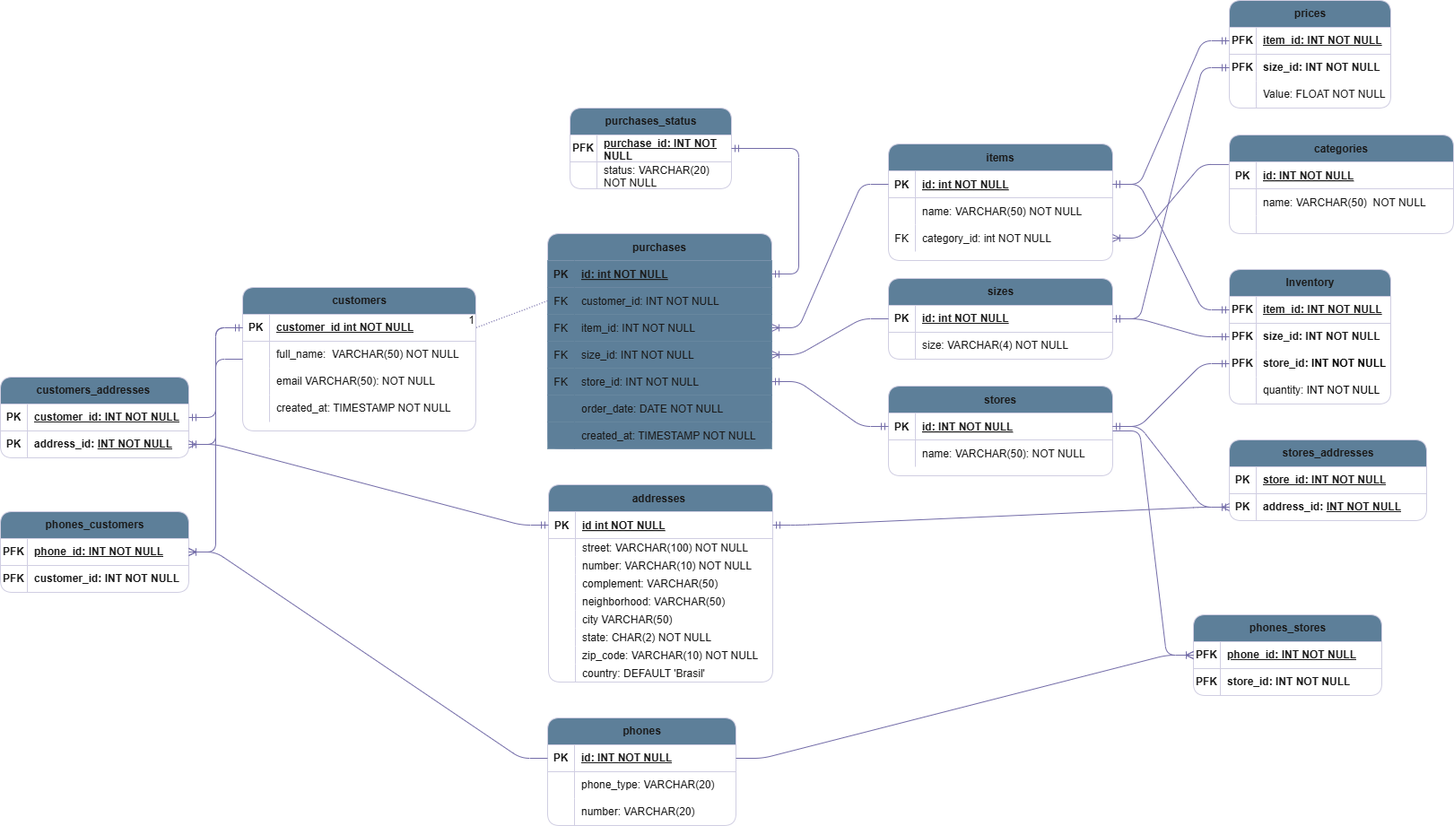
Earlier version of the draw.io export E_commerce_dbs-OLTP.png (ruancastro/e-commercy-database). Source tidied: cells renumbered, new cells last; positions are measured from the earlier drawing's top-left corner, leaving out a move shared by most shapes.
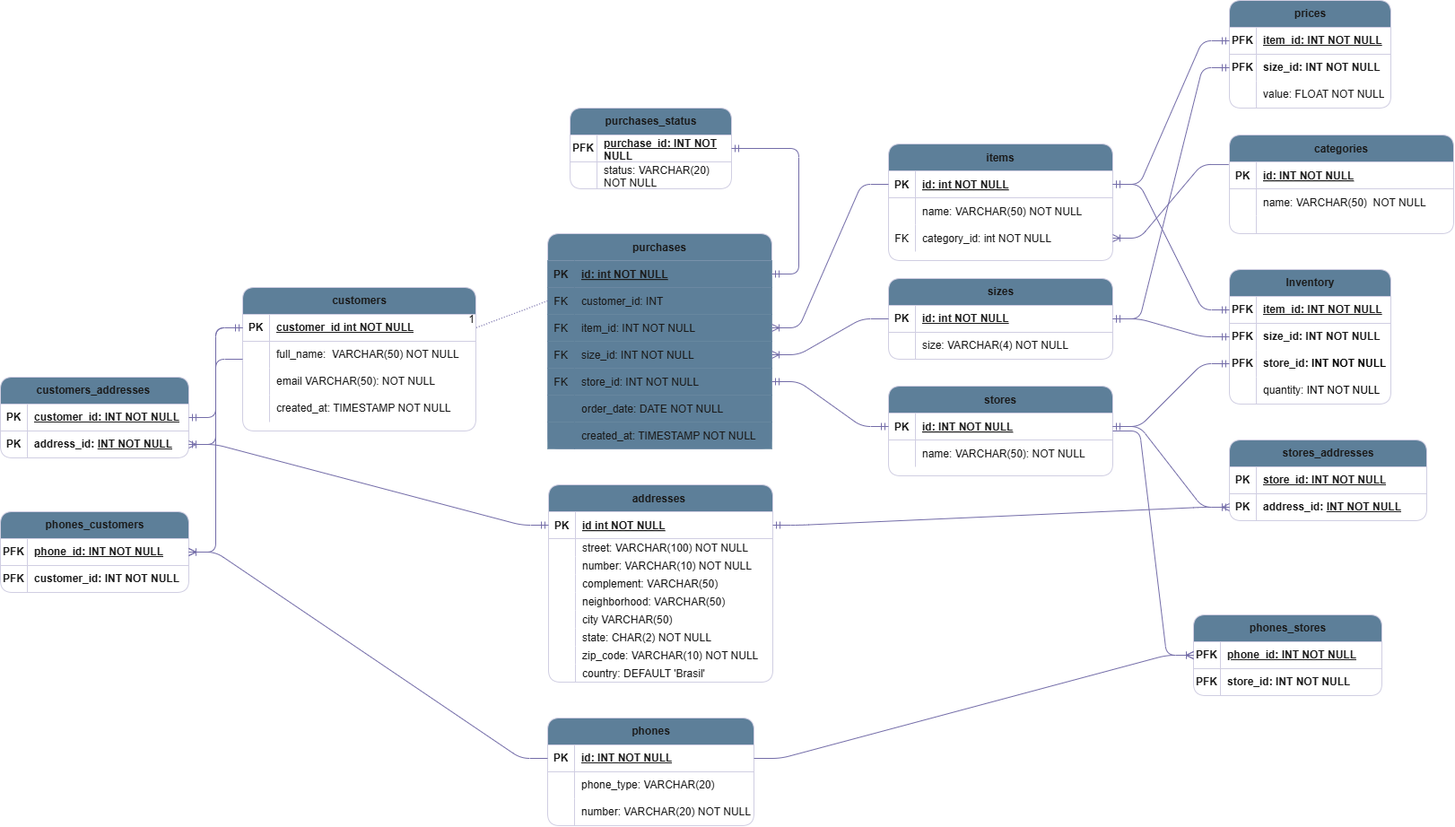
After the change.

Commit message:
phone to phones

What changed in the source:
```diff
@@ -41,7 +41,7 @@
     <mxCell id="14" value="FK" style="shape=partialRectangle;overflow=hidden;fillColor=#5D7F99;top=0;left=0;bottom=0;right=0;strokeColor=#D0CEE2;rounded=1;labelBackgroundColor=none;fontColor=#1A1A1A;" parent="13" vertex="1">
       <mxGeometry width="30" height="30" as="geometry" />
     </mxCell>
-    <mxCell id="15" value="customer_id: INT NOT NULL" style="shape=partialRectangle;overflow=hidden;fillColor=#5D7F99;top=0;left=0;bottom=0;right=0;align=left;spacingLeft=6;strokeColor=#D0CEE2;rounded=1;labelBackgroundColor=none;fontColor=#1A1A1A;" parent="13" vertex="1">
+    <mxCell id="15" value="customer_id: INT" style="shape=partialRectangle;overflow=hidden;fillColor=#5D7F99;top=0;left=0;bottom=0;right=0;align=left;spacingLeft=6;strokeColor=#D0CEE2;rounded=1;labelBackgroundColor=none;fontColor=#1A1A1A;" parent="13" vertex="1">
       <mxGeometry x="30" width="220" height="30" as="geometry" />
     </mxCell>
     <mxCell id="16" style="shape=partialRectangle;fillColor=#5D7F99;points=[[0,0.5],[1,0.5]];portConstraint=eastwest;top=0;left=0;right=0;bottom=0;strokeColor=#D0CEE2;rounded=1;labelBackgroundColor=none;fontColor=#1A1A1A;" parent="9" vertex="1">
@@ -383,7 +383,7 @@
     <mxCell id="128" style="shape=partialRectangle;fillColor=none;top=0;left=0;bottom=0;right=0;overflow=hidden;whiteSpace=wrap;html=1;rounded=1;labelBackgroundColor=none;strokeColor=#D0CEE2;fontColor=#1A1A1A;" parent="127" vertex="1">
       <mxGeometry width="30" height="30" as="geometry" />
     </mxCell>
-    <mxCell id="129" value="Value: FLOAT NOT NULL" style="shape=partialRectangle;fillColor=none;top=0;left=0;bottom=0;right=0;align=left;spacingLeft=6;overflow=hidden;whiteSpace=wrap;html=1;rounded=1;labelBackgroundColor=none;strokeColor=#D0CEE2;fontColor=#1A1A1A;" parent="127" vertex="1">
+    <mxCell id="129" value="value: FLOAT NOT NULL" style="shape=partialRectangle;fillColor=none;top=0;left=0;bottom=0;right=0;align=left;spacingLeft=6;overflow=hidden;whiteSpace=wrap;html=1;rounded=1;labelBackgroundColor=none;strokeColor=#D0CEE2;fontColor=#1A1A1A;" parent="127" vertex="1">
       <mxGeometry x="30" width="150" height="30" as="geometry" />
     </mxCell>
     <mxCell id="130" value="sizes" style="shape=table;startSize=30;rowLines=0;fontStyle=1;align=center;html=1;fillColor=#5D7F99;fontColor=#1A1A1A;strokeColor=#D0CEE2;rounded=1;labelBackgroundColor=none;" parent="1" vertex="1">
@@ -417,34 +417,34 @@
       <mxGeometry relative="1" as="geometry" />
     </mxCell>
     <mxCell id="140" value="phones" style="shape=table;startSize=30;rowLines=0;fontStyle=1;align=center;html=1;fillColor=#5D7F99;fontColor=#1A1A1A;strokeColor=#D0CEE2;rounded=1;labelBackgroundColor=none;" parent="1" vertex="1">
-      <mxGeometry x="610" y="800" width="210" height="120" as="geometry" />
+      <mxGeometry x="610" y="800" width="230" height="120" as="geometry" />
     </mxCell>
     <mxCell id="141" style="shape=tableRow;horizontal=0;startSize=0;swimlaneHead=0;swimlaneBody=0;fillColor=none;points=[[0,0.5],[1,0.5]];portConstraint=eastwest;top=0;left=0;right=0;bottom=1;rounded=1;labelBackgroundColor=none;strokeColor=#D0CEE2;fontColor=#1A1A1A;" parent="140" vertex="1">
-      <mxGeometry y="30" width="210" height="30" as="geometry" />
+      <mxGeometry y="30" width="230" height="30" as="geometry" />
     </mxCell>
     <mxCell id="142" value="PK" style="shape=partialRectangle;fillColor=none;top=0;left=0;bottom=0;right=0;fontStyle=1;overflow=hidden;whiteSpace=wrap;html=1;rounded=1;labelBackgroundColor=none;strokeColor=#D0CEE2;fontColor=#1A1A1A;" parent="141" vertex="1">
       <mxGeometry width="30" height="30" as="geometry" />
     </mxCell>
     <mxCell id="143" value="id: INT NOT NULL" style="shape=partialRectangle;fillColor=none;top=0;left=0;bottom=0;right=0;align=left;spacingLeft=6;fontStyle=5;overflow=hidden;whiteSpace=wrap;html=1;rounded=1;labelBackgroundColor=none;strokeColor=#D0CEE2;fontColor=#1A1A1A;" parent="141" vertex="1">
-      <mxGeometry x="30" width="180" height="30" as="geometry" />
+      <mxGeometry x="30" width="200" height="30" as="geometry" />
     </mxCell>
     <mxCell id="144" style="shape=tableRow;horizontal=0;startSize=0;swimlaneHead=0;swimlaneBody=0;fillColor=none;top=0;left=0;right=0;bottom=0;rounded=1;labelBackgroundColor=none;strokeColor=#D0CEE2;fontColor=#1A1A1A;" parent="140" vertex="1">
-      <mxGeometry y="60" width="210" height="30" as="geometry" />
+      <mxGeometry y="60" width="230" height="30" as="geometry" />
     </mxCell>
     <mxCell id="145" style="shape=partialRectangle;fillColor=none;top=0;left=0;bottom=0;right=0;overflow=hidden;whiteSpace=wrap;html=1;rounded=1;labelBackgroundColor=none;strokeColor=#D0CEE2;fontColor=#1A1A1A;" parent="144" vertex="1">
       <mxGeometry width="30" height="30" as="geometry" />
     </mxCell>
     <mxCell id="146" value="phone_type:&amp;nbsp;VARCHAR(20)&amp;nbsp;" style="shape=partialRectangle;fillColor=none;top=0;left=0;bottom=0;right=0;align=left;spacingLeft=6;overflow=hidden;whiteSpace=wrap;html=1;rounded=1;labelBackgroundColor=none;strokeColor=#D0CEE2;fontColor=#1A1A1A;" parent="144" vertex="1">
-      <mxGeometry x="30" width="180" height="30" as="geometry" />
+      <mxGeometry x="30" width="200" height="30" as="geometry" />
     </mxCell>
     <mxCell id="147" style="shape=tableRow;horizontal=0;startSize=0;swimlaneHead=0;swimlaneBody=0;fillColor=none;top=0;left=0;right=0;bottom=0;rounded=1;labelBackgroundColor=none;strokeColor=#D0CEE2;fontColor=#1A1A1A;" parent="140" vertex="1">
-      <mxGeometry y="90" width="210" height="30" as="geometry" />
+      <mxGeometry y="90" width="230" height="30" as="geometry" />
     </mxCell>
     <mxCell id="148" style="shape=partialRectangle;fillColor=none;top=0;left=0;bottom=0;right=0;overflow=hidden;whiteSpace=wrap;html=1;rounded=1;labelBackgroundColor=none;strokeColor=#D0CEE2;fontColor=#1A1A1A;" parent="147" vertex="1">
       <mxGeometry width="30" height="30" as="geometry" />
     </mxCell>
-    <mxCell id="149" value="number:&amp;nbsp;VARCHAR(20)&amp;nbsp;" style="shape=partialRectangle;fillColor=none;top=0;left=0;bottom=0;right=0;align=left;spacingLeft=6;overflow=hidden;whiteSpace=wrap;html=1;rounded=1;labelBackgroundColor=none;strokeColor=#D0CEE2;fontColor=#1A1A1A;" parent="147" vertex="1">
-      <mxGeometry x="30" width="180" height="30" as="geometry" />
+    <mxCell id="149" value="number:&amp;nbsp;VARCHAR(20) NOT NULL" style="shape=partialRectangle;fillColor=none;top=0;left=0;bottom=0;right=0;align=left;spacingLeft=6;overflow=hidden;whiteSpace=wrap;html=1;rounded=1;labelBackgroundColor=none;strokeColor=#D0CEE2;fontColor=#1A1A1A;" parent="147" vertex="1">
+      <mxGeometry x="30" width="200" height="30" as="geometry" />
     </mxCell>
     <mxCell id="150" style="edgeStyle=entityRelationEdgeStyle;fontSize=12;html=1;endArrow=ERoneToMany;rounded=1;labelBackgroundColor=none;strokeColor=#736CA8;fontColor=default;" parent="1" edge="1" source="141" target="95">
       <mxGeometry relative="1" as="geometry" />
```
